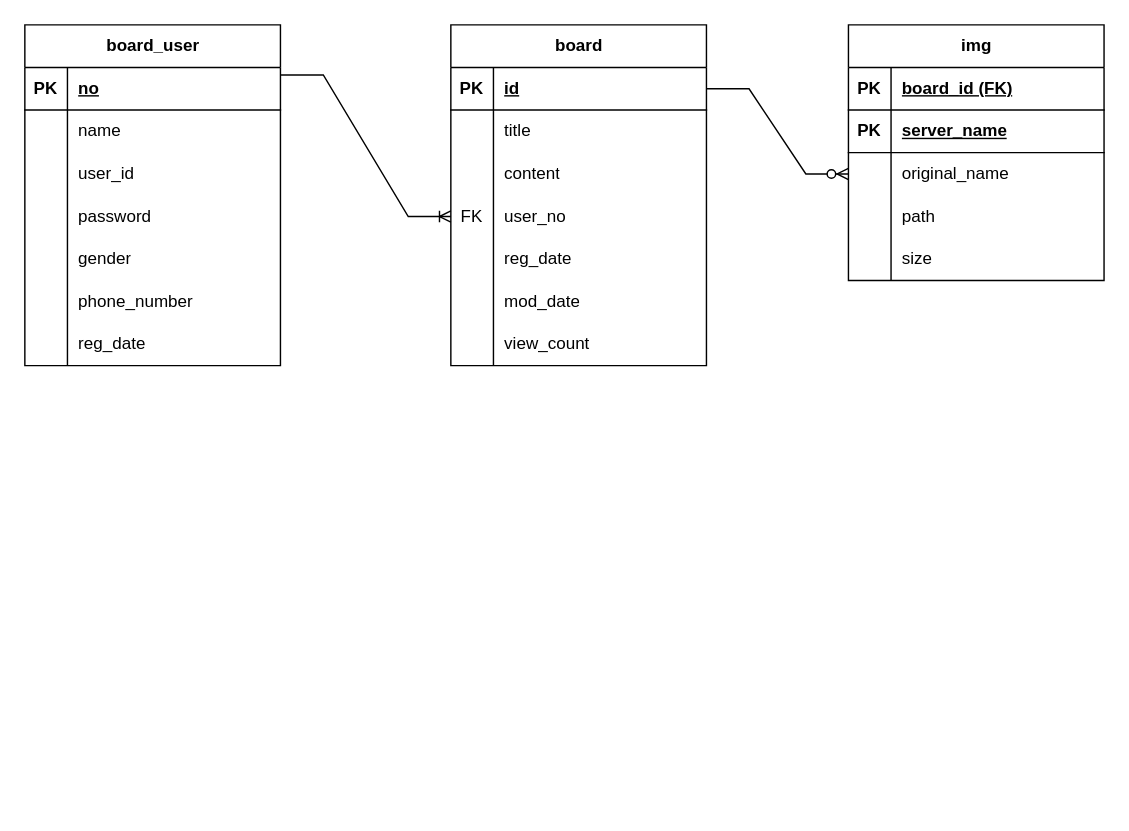
Above: board.drawio in currychoco/loginboard2 (draw.io), before the change. Source tidied: cells renumbered, new cells numbered last; positions are measured from the earlier drawing's top-left corner, leaving out a move shared by most shapes. Both pictures are drawn from the tidied source at 142%, with x=0, y=0 at pixel (24, 24).
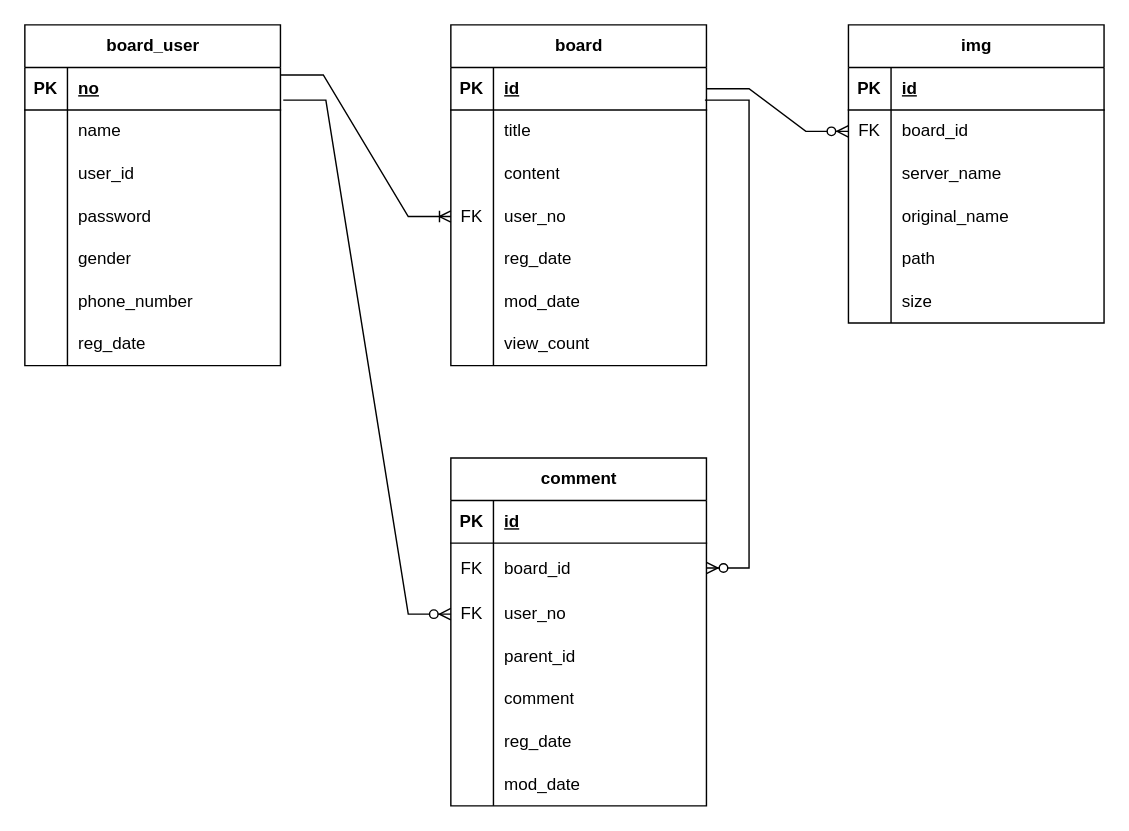
Above is the later version.

The change refers to these unchanged cells:
```xml
<mxCell id="3" style="shape=tableRow;horizontal=0;startSize=0;swimlaneHead=0;swimlaneBody=0;fillColor=none;points=[[0,0.5],[1,0.5]];portConstraint=eastwest;top=0;left=0;right=0;bottom=1;" parent="2" vertex="1">
  <mxGeometry y="30" width="180" height="30" as="geometry" />
</mxCell>
<mxCell id="25" style="shape=tableRow;horizontal=0;startSize=0;swimlaneHead=0;swimlaneBody=0;fillColor=none;points=[[0,0.5],[1,0.5]];portConstraint=eastwest;top=0;left=0;right=0;bottom=1;" parent="24" vertex="1">
  <mxGeometry y="30" width="180" height="30" as="geometry" />
</mxCell>
```

Diff of the diagram source:
```diff
@@
     <mxCell id="47" value="img" style="shape=table;startSize=30;childLayout=tableLayout;rowLines=0;fontStyle=1;align=center;html=1;" parent="1" vertex="1">
-      <mxGeometry x="580" width="180" height="180" as="geometry" />
+      <mxGeometry x="580" width="180" height="210" as="geometry" />
     </mxCell>
-    <mxCell id="48" style="shape=tableRow;horizontal=0;startSize=0;swimlaneHead=0;swimlaneBody=0;fillColor=none;top=0;left=0;right=0;bottom=1;" parent="47" vertex="1">
-      <mxGeometry y="30" width="180" height="30" as="geometry" />
-    </mxCell>
-    <mxCell id="49" value="PK" style="shape=partialRectangle;fillColor=none;top=0;left=0;bottom=0;right=0;fontStyle=1;overflow=hidden;whiteSpace=wrap;html=1;" parent="48" vertex="1">
-      <mxGeometry width="30" height="30" as="geometry" />
-    </mxCell>
-    <mxCell id="50" value="board_id (FK)" style="shape=partialRectangle;fillColor=none;top=0;left=0;bottom=0;right=0;align=left;spacingLeft=6;fontStyle=5;overflow=hidden;whiteSpace=wrap;html=1;" parent="48" vertex="1">
-      <mxGeometry x="30" width="150" height="30" as="geometry" />
-    </mxCell>
     <mxCell id="51" style="shape=tableRow;horizontal=0;startSize=0;swimlaneHead=0;swimlaneBody=0;fillColor=none;top=0;left=0;right=0;bottom=1;" parent="47" vertex="1">
-      <mxGeometry y="60" width="180" height="30" as="geometry" />
+      <mxGeometry y="30" width="180" height="30" as="geometry" />
     </mxCell>
@@
-    <mxCell id="53" value="server_name" style="shape=partialRectangle;fillColor=none;top=0;left=0;bottom=0;right=0;align=left;spacingLeft=6;fontStyle=5;overflow=hidden;whiteSpace=wrap;html=1;" parent="51" vertex="1">
+    <mxCell id="53" value="id" style="shape=partialRectangle;fillColor=none;top=0;left=0;bottom=0;right=0;align=left;spacingLeft=6;fontStyle=5;overflow=hidden;whiteSpace=wrap;html=1;" parent="51" vertex="1">
       <mxGeometry x="30" width="150" height="30" as="geometry" />
     </mxCell>
     <mxCell id="54" style="shape=tableRow;horizontal=0;startSize=0;swimlaneHead=0;swimlaneBody=0;fillColor=none;points=[[0,0.5],[1,0.5]];portConstraint=eastwest;top=0;left=0;right=0;bottom=0;" parent="47" vertex="1">
-      <mxGeometry y="90" width="180" height="30" as="geometry" />
+      <mxGeometry y="60" width="180" height="30" as="geometry" />
     </mxCell>
-    <mxCell id="55" style="shape=partialRectangle;fillColor=none;top=0;left=0;bottom=0;right=0;overflow=hidden;whiteSpace=wrap;html=1;" parent="54" vertex="1">
+    <mxCell id="55" value="FK" style="shape=partialRectangle;fillColor=none;top=0;left=0;bottom=0;right=0;overflow=hidden;whiteSpace=wrap;html=1;" parent="54" vertex="1">
       <mxGeometry width="30" height="30" as="geometry" />
     </mxCell>
-    <mxCell id="56" value="original_name" style="shape=partialRectangle;fillColor=none;top=0;left=0;bottom=0;right=0;align=left;spacingLeft=6;overflow=hidden;whiteSpace=wrap;html=1;" parent="54" vertex="1">
+    <mxCell id="56" value="board_id" style="shape=partialRectangle;fillColor=none;top=0;left=0;bottom=0;right=0;align=left;spacingLeft=6;overflow=hidden;whiteSpace=wrap;html=1;" parent="54" vertex="1">
       <mxGeometry x="30" width="150" height="30" as="geometry" />
     </mxCell>
+    <mxCell id="64" style="shape=tableRow;horizontal=0;startSize=0;swimlaneHead=0;swimlaneBody=0;fillColor=none;top=0;left=0;right=0;bottom=0;" parent="47" vertex="1">
+      <mxGeometry y="90" width="180" height="30" as="geometry" />
+    </mxCell>
+    <mxCell id="65" style="shape=partialRectangle;fillColor=none;top=0;left=0;bottom=0;right=0;overflow=hidden;whiteSpace=wrap;html=1;" parent="64" vertex="1">
+      <mxGeometry width="30" height="30" as="geometry" />
+    </mxCell>
+    <mxCell id="66" value="server_name" style="shape=partialRectangle;fillColor=none;top=0;left=0;bottom=0;right=0;align=left;spacingLeft=6;overflow=hidden;whiteSpace=wrap;html=1;" parent="64" vertex="1">
+      <mxGeometry x="30" width="150" height="30" as="geometry" />
+    </mxCell>
+    <mxCell id="67" style="shape=tableRow;horizontal=0;startSize=0;swimlaneHead=0;swimlaneBody=0;fillColor=none;top=0;left=0;right=0;bottom=0;" parent="47" vertex="1">
+      <mxGeometry y="120" width="180" height="30" as="geometry" />
+    </mxCell>
+    <mxCell id="68" style="shape=partialRectangle;fillColor=none;top=0;left=0;bottom=0;right=0;overflow=hidden;whiteSpace=wrap;html=1;" parent="67" vertex="1">
+      <mxGeometry width="30" height="30" as="geometry" />
+    </mxCell>
+    <mxCell id="69" value="original_name" style="shape=partialRectangle;fillColor=none;top=0;left=0;bottom=0;right=0;align=left;spacingLeft=6;overflow=hidden;whiteSpace=wrap;html=1;" parent="67" vertex="1">
+      <mxGeometry x="30" width="150" height="30" as="geometry" />
+    </mxCell>
     <mxCell id="57" style="shape=tableRow;horizontal=0;startSize=0;swimlaneHead=0;swimlaneBody=0;fillColor=none;top=0;left=0;right=0;bottom=0;" parent="47" vertex="1">
-      <mxGeometry y="120" width="180" height="30" as="geometry" />
+      <mxGeometry y="150" width="180" height="30" as="geometry" />
     </mxCell>
@@
     <mxCell id="60" style="shape=tableRow;horizontal=0;startSize=0;swimlaneHead=0;swimlaneBody=0;fillColor=none;top=0;left=0;right=0;bottom=0;" parent="47" vertex="1">
-      <mxGeometry y="150" width="180" height="30" as="geometry" />
+      <mxGeometry y="180" width="180" height="30" as="geometry" />
     </mxCell>
@@
-    <mxCell id="63" style="edgeStyle=entityRelationEdgeStyle;fontSize=12;html=1;endArrow=ERzeroToMany;endFill=1;rounded=0;entryX=0;entryY=0.5;entryDx=0;entryDy=0;exitX=1;exitY=0.5;exitDx=0;exitDy=0;" parent="1" edge="1" source="25">
-      <mxGeometry relative="1" as="geometry">
-        <mxPoint x="580" y="105" as="targetPoint" />
-      </mxGeometry>
+    <mxCell id="63" style="edgeStyle=entityRelationEdgeStyle;fontSize=12;html=1;endArrow=ERzeroToMany;endFill=1;rounded=0;entryX=0;entryY=0.5;entryDx=0;entryDy=0;exitX=1;exitY=0.5;exitDx=0;exitDy=0;" parent="1" edge="1" source="25" target="54">
+      <mxGeometry relative="1" as="geometry" />
     </mxCell>
+    <mxCell id="70" value="comment" style="shape=table;startSize=30;childLayout=tableLayout;rowLines=0;fontStyle=1;align=center;html=1;" parent="1" vertex="1">
+      <mxGeometry x="300" y="305" width="180" height="245" as="geometry" />
+    </mxCell>
+    <mxCell id="48" style="shape=tableRow;horizontal=0;startSize=0;swimlaneHead=0;swimlaneBody=0;fillColor=none;top=0;left=0;right=0;bottom=1;" parent="70" vertex="1">
+      <mxGeometry y="30" width="180" height="30" as="geometry" />
+    </mxCell>
+    <mxCell id="49" value="PK" style="shape=partialRectangle;fillColor=none;top=0;left=0;bottom=0;right=0;fontStyle=1;overflow=hidden;whiteSpace=wrap;html=1;" parent="48" vertex="1">
+      <mxGeometry width="30" height="30" as="geometry" />
+    </mxCell>
+    <mxCell id="71" value="id" style="shape=partialRectangle;fillColor=none;top=0;left=0;bottom=0;right=0;align=left;spacingLeft=6;fontStyle=5;overflow=hidden;whiteSpace=wrap;html=1;" parent="48" vertex="1">
+      <mxGeometry x="30" width="150" height="30" as="geometry" />
+    </mxCell>
+    <mxCell id="72" style="shape=tableRow;horizontal=0;startSize=0;swimlaneHead=0;swimlaneBody=0;fillColor=none;points=[[0,0.5],[1,0.5]];portConstraint=eastwest;top=0;left=0;right=0;bottom=0;" parent="70" vertex="1">
+      <mxGeometry y="60" width="180" height="35" as="geometry" />
+    </mxCell>
+    <mxCell id="73" value="FK" style="shape=partialRectangle;fillColor=none;top=0;left=0;bottom=0;right=0;overflow=hidden;whiteSpace=wrap;html=1;" parent="72" vertex="1">
+      <mxGeometry width="30" height="35" as="geometry" />
+    </mxCell>
+    <mxCell id="74" value="board_id" style="shape=partialRectangle;fillColor=none;top=0;left=0;bottom=0;right=0;align=left;spacingLeft=6;overflow=hidden;whiteSpace=wrap;html=1;" parent="72" vertex="1">
+      <mxGeometry x="30" width="150" height="35" as="geometry" />
+    </mxCell>
+    <mxCell id="75" style="shape=tableRow;horizontal=0;startSize=0;swimlaneHead=0;swimlaneBody=0;fillColor=none;points=[[0,0.5],[1,0.5]];portConstraint=eastwest;top=0;left=0;right=0;bottom=0;" parent="70" vertex="1">
+      <mxGeometry y="95" width="180" height="30" as="geometry" />
+    </mxCell>
+    <mxCell id="76" value="FK" style="shape=partialRectangle;fillColor=none;top=0;left=0;bottom=0;right=0;overflow=hidden;whiteSpace=wrap;html=1;" parent="75" vertex="1">
+      <mxGeometry width="30" height="30" as="geometry" />
+    </mxCell>
+    <mxCell id="77" value="user_no" style="shape=partialRectangle;fillColor=none;top=0;left=0;bottom=0;right=0;align=left;spacingLeft=6;overflow=hidden;whiteSpace=wrap;html=1;" parent="75" vertex="1">
+      <mxGeometry x="30" width="150" height="30" as="geometry" />
+    </mxCell>
+    <mxCell id="78" style="shape=tableRow;horizontal=0;startSize=0;swimlaneHead=0;swimlaneBody=0;fillColor=none;top=0;left=0;right=0;bottom=0;" parent="70" vertex="1">
+      <mxGeometry y="125" width="180" height="30" as="geometry" />
+    </mxCell>
+    <mxCell id="79" style="shape=partialRectangle;fillColor=none;top=0;left=0;bottom=0;right=0;overflow=hidden;whiteSpace=wrap;html=1;" parent="78" vertex="1">
+      <mxGeometry width="30" height="30" as="geometry" />
+    </mxCell>
+    <mxCell id="80" value="parent_id" style="shape=partialRectangle;fillColor=none;top=0;left=0;bottom=0;right=0;align=left;spacingLeft=6;overflow=hidden;whiteSpace=wrap;html=1;" parent="78" vertex="1">
+      <mxGeometry x="30" width="150" height="30" as="geometry" />
+    </mxCell>
+    <mxCell id="81" style="shape=tableRow;horizontal=0;startSize=0;swimlaneHead=0;swimlaneBody=0;fillColor=none;top=0;left=0;right=0;bottom=0;" parent="70" vertex="1">
+      <mxGeometry y="155" width="180" height="30" as="geometry" />
+    </mxCell>
+    <mxCell id="82" style="shape=partialRectangle;fillColor=none;top=0;left=0;bottom=0;right=0;overflow=hidden;whiteSpace=wrap;html=1;" parent="81" vertex="1">
+      <mxGeometry width="30" height="30" as="geometry" />
+    </mxCell>
+    <mxCell id="83" value="comment" style="shape=partialRectangle;fillColor=none;top=0;left=0;bottom=0;right=0;align=left;spacingLeft=6;overflow=hidden;whiteSpace=wrap;html=1;" parent="81" vertex="1">
+      <mxGeometry x="30" width="150" height="30" as="geometry" />
+    </mxCell>
+    <mxCell id="84" style="shape=tableRow;horizontal=0;startSize=0;swimlaneHead=0;swimlaneBody=0;fillColor=none;top=0;left=0;right=0;bottom=0;" parent="70" vertex="1">
+      <mxGeometry y="185" width="180" height="30" as="geometry" />
+    </mxCell>
+    <mxCell id="85" style="shape=partialRectangle;fillColor=none;top=0;left=0;bottom=0;right=0;overflow=hidden;whiteSpace=wrap;html=1;" parent="84" vertex="1">
+      <mxGeometry width="30" height="30" as="geometry" />
+    </mxCell>
+    <mxCell id="86" value="reg_date" style="shape=partialRectangle;fillColor=none;top=0;left=0;bottom=0;right=0;align=left;spacingLeft=6;overflow=hidden;whiteSpace=wrap;html=1;" parent="84" vertex="1">
+      <mxGeometry x="30" width="150" height="30" as="geometry" />
+    </mxCell>
+    <mxCell id="87" style="shape=tableRow;horizontal=0;startSize=0;swimlaneHead=0;swimlaneBody=0;fillColor=none;top=0;left=0;right=0;bottom=0;" parent="70" vertex="1">
+      <mxGeometry y="215" width="180" height="30" as="geometry" />
+    </mxCell>
+    <mxCell id="88" style="shape=partialRectangle;fillColor=none;top=0;left=0;bottom=0;right=0;overflow=hidden;whiteSpace=wrap;html=1;" parent="87" vertex="1">
+      <mxGeometry width="30" height="30" as="geometry" />
+    </mxCell>
+    <mxCell id="89" value="mod_date" style="shape=partialRectangle;fillColor=none;top=0;left=0;bottom=0;right=0;align=left;spacingLeft=6;overflow=hidden;whiteSpace=wrap;html=1;" parent="87" vertex="1">
+      <mxGeometry x="30" width="150" height="30" as="geometry" />
+    </mxCell>
+    <mxCell id="90" style="edgeStyle=entityRelationEdgeStyle;fontSize=12;html=1;endArrow=ERzeroToMany;endFill=1;rounded=0;exitX=0.994;exitY=0.767;exitDx=0;exitDy=0;exitPerimeter=0;" parent="1" edge="1" source="25" target="72">
+      <mxGeometry relative="1" as="geometry" />
+    </mxCell>
+    <mxCell id="91" style="edgeStyle=entityRelationEdgeStyle;fontSize=12;html=1;endArrow=ERzeroToMany;endFill=1;rounded=0;exitX=1.011;exitY=0.767;exitDx=0;exitDy=0;exitPerimeter=0;" parent="1" edge="1" source="3" target="75">
+      <mxGeometry relative="1" as="geometry" />
+    </mxCell>
```
